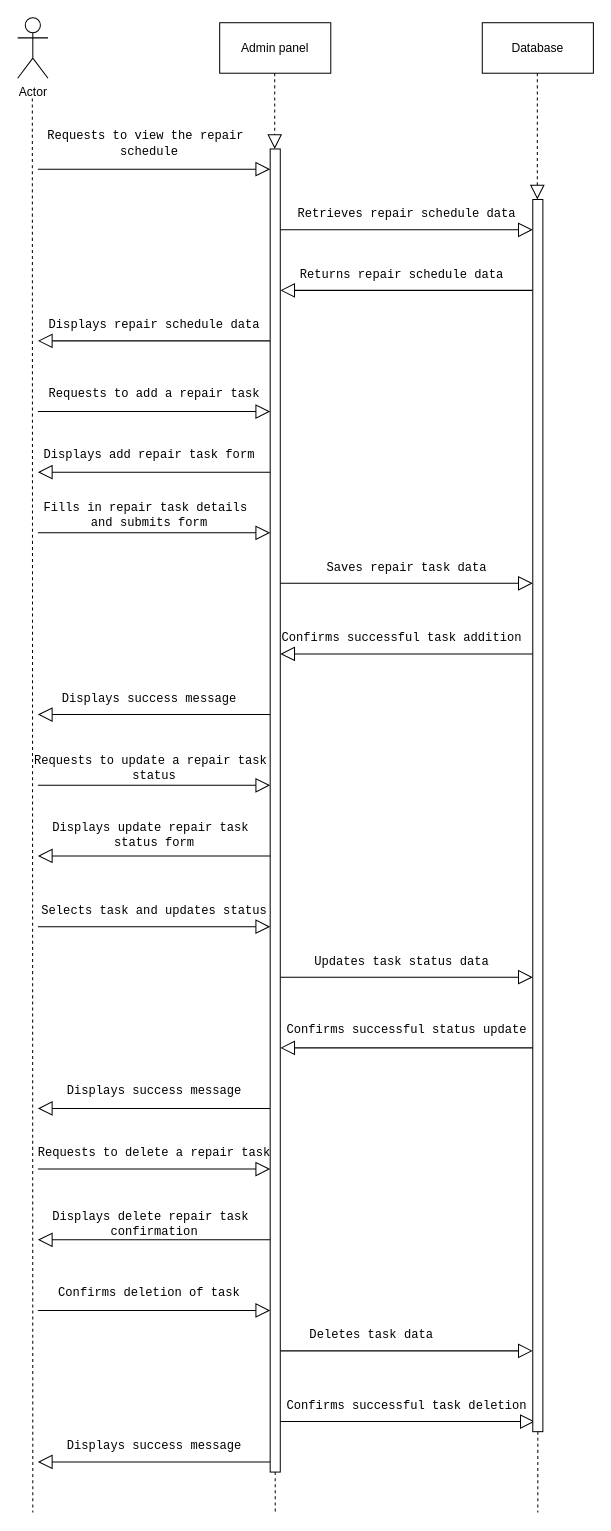
Before: repair Diagram.drawio in CodeSithum/sequencediagram, a draw.io diagram. Source tidied: cells renumbered, new cells numbered last; positions are measured from the earlier drawing's top-left corner, leaving out a move shared by most shapes. Both pictures are drawn from the tidied source at 101%, with x=0, y=0 at pixel (17, 17).
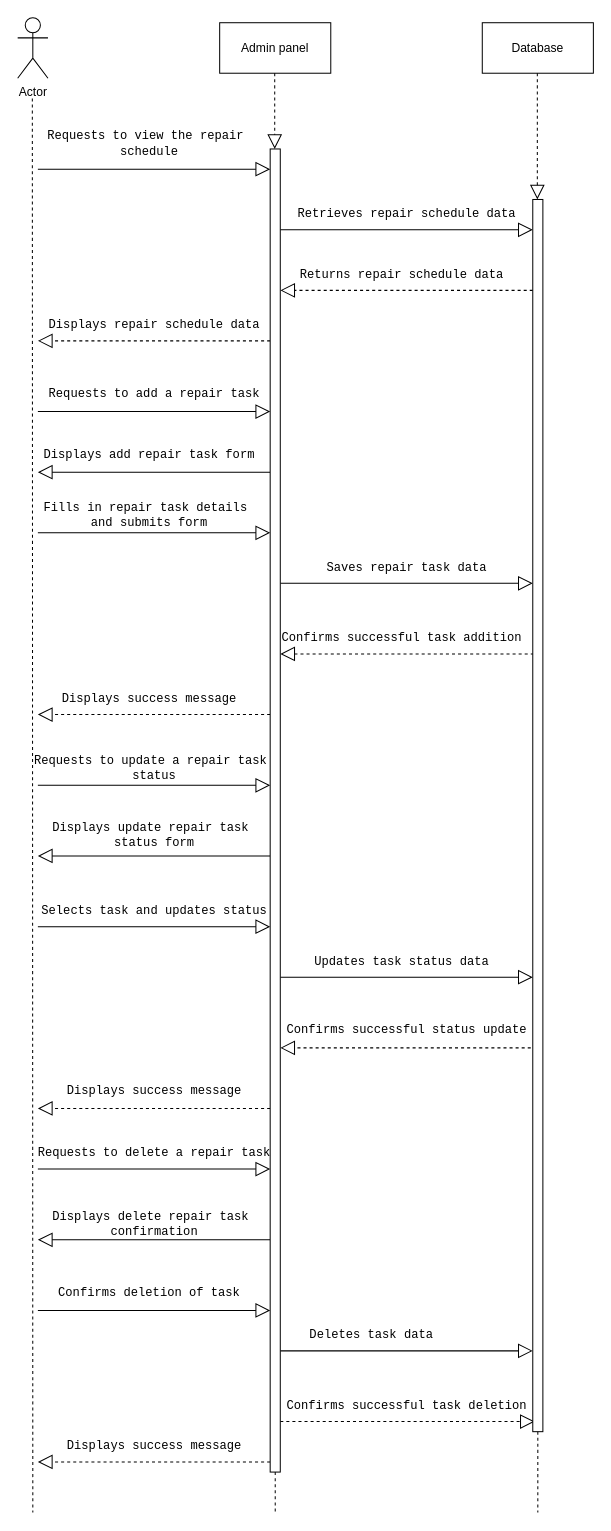
The same diagram, later.

Unchanged cells that the change refers to:
```xml
<mxCell id="16" value="&lt;pre&gt;&lt;code class=&quot;!whitespace-pre hljs language-makefile&quot;&gt;Confirms successful task addition&lt;/code&gt;&lt;/pre&gt;" style="text;html=1;align=center;verticalAlign=middle;points=[];strokeColor=none;fillColor=none;" parent="1" vertex="1">
  <mxGeometry x="255" y="590" width="250" height="50" as="geometry" />
</mxCell>
<mxCell id="22" value="&lt;pre&gt;&lt;code class=&quot;!whitespace-pre hljs language-makefile&quot;&gt;Confirms successful status update&lt;/code&gt;&lt;/pre&gt;" style="text;html=1;align=center;verticalAlign=middle;points=[];strokeColor=none;fillColor=none;" parent="1" vertex="1">
  <mxGeometry x="260" y="978" width="250" height="50" as="geometry" />
</mxCell>
<mxCell id="28" value="&lt;pre&gt;&lt;code class=&quot;!whitespace-pre hljs language-makefile&quot;&gt;Confirms successful task deletion&lt;/code&gt;&lt;/pre&gt;" style="text;html=1;align=center;verticalAlign=middle;points=[];strokeColor=none;fillColor=none;" parent="1" vertex="1">
  <mxGeometry x="260" y="1350" width="250" height="50" as="geometry" />
</mxCell>
```

What changed in the source:
```diff
@@
-    <mxCell id="32" style="endArrow=block;endFill=0;endSize=12;html=1;rounded=0;" parent="1" edge="1">
+    <mxCell id="32" style="endArrow=block;endFill=0;endSize=12;html=1;rounded=0;dashed=1;" parent="1" edge="1">
       <mxGeometry relative="1" as="geometry">
         <mxPoint x="510" y="270" as="sourcePoint" />
         <mxPoint x="260" y="270" as="targetPoint" />
       </mxGeometry>
     </mxCell>
-    <mxCell id="33" style="endArrow=block;endFill=0;endSize=12;html=1;rounded=0;" parent="1" edge="1">
+    <mxCell id="33" style="endArrow=block;endFill=0;endSize=12;html=1;rounded=0;dashed=1;" parent="1" edge="1">
       <mxGeometry relative="1" as="geometry">
         <mxPoint x="250" y="320" as="sourcePoint" />
         <mxPoint x="20" y="320" as="targetPoint" />
       </mxGeometry>
     </mxCell>
@@
-    <mxCell id="38" style="endArrow=block;endFill=0;endSize=12;html=1;rounded=0;entryX=1.024;entryY=0.8;entryDx=0;entryDy=0;entryPerimeter=0;exitX=1.024;exitY=0.8;exitDx=0;exitDy=0;exitPerimeter=0;" parent="1" edge="1" source="16">
+    <mxCell id="38" style="endArrow=block;endFill=0;endSize=12;html=1;rounded=0;entryX=1.024;entryY=0.8;entryDx=0;entryDy=0;entryPerimeter=0;exitX=1.024;exitY=0.8;exitDx=0;exitDy=0;exitPerimeter=0;dashed=1;" parent="1" edge="1" source="16">
       <mxGeometry relative="1" as="geometry">
         <mxPoint x="260" y="630" as="targetPoint" />
       </mxGeometry>
     </mxCell>
-    <mxCell id="39" style="endArrow=block;endFill=0;endSize=12;html=1;rounded=0;" parent="1" edge="1">
+    <mxCell id="39" style="endArrow=block;endFill=0;endSize=12;html=1;rounded=0;dashed=1;" parent="1" edge="1">
       <mxGeometry relative="1" as="geometry">
         <mxPoint x="250" y="690" as="sourcePoint" />
         <mxPoint x="20" y="690" as="targetPoint" />
       </mxGeometry>
     </mxCell>
@@
-    <mxCell id="44" style="endArrow=block;endFill=0;endSize=12;html=1;rounded=0;entryX=1.016;entryY=0.84;entryDx=0;entryDy=0;entryPerimeter=0;exitX=1.016;exitY=0.84;exitDx=0;exitDy=0;exitPerimeter=0;" parent="1" edge="1" source="22">
+    <mxCell id="44" style="endArrow=block;endFill=0;endSize=12;html=1;rounded=0;entryX=1.016;entryY=0.84;entryDx=0;entryDy=0;entryPerimeter=0;exitX=1.016;exitY=0.84;exitDx=0;exitDy=0;exitPerimeter=0;dashed=1;" parent="1" edge="1" source="22">
       <mxGeometry relative="1" as="geometry">
         <mxPoint x="260" y="1020" as="targetPoint" />
       </mxGeometry>
     </mxCell>
-    <mxCell id="45" style="endArrow=block;endFill=0;endSize=12;html=1;rounded=0;" parent="1" edge="1">
+    <mxCell id="45" style="endArrow=block;endFill=0;endSize=12;html=1;rounded=0;dashed=1;" parent="1" edge="1">
       <mxGeometry relative="1" as="geometry">
         <mxPoint x="250" y="1080" as="sourcePoint" />
         <mxPoint x="20" y="1080" as="targetPoint" />
       </mxGeometry>
     </mxCell>
@@
-    <mxCell id="50" style="endArrow=block;endFill=0;endSize=12;html=1;rounded=0;entryX=1.008;entryY=0.8;entryDx=0;entryDy=0;entryPerimeter=0;" parent="1" edge="1" target="28">
+    <mxCell id="50" style="endArrow=block;endFill=0;endSize=12;html=1;rounded=0;entryX=1.008;entryY=0.8;entryDx=0;entryDy=0;entryPerimeter=0;dashed=1;" parent="1" edge="1" target="28">
       <mxGeometry relative="1" as="geometry">
         <mxPoint x="260" y="1390" as="sourcePoint" />
       </mxGeometry>
     </mxCell>
-    <mxCell id="51" style="endArrow=block;endFill=0;endSize=12;html=1;rounded=0;" parent="1" edge="1">
+    <mxCell id="51" style="endArrow=block;endFill=0;endSize=12;html=1;rounded=0;dashed=1;" parent="1" edge="1">
       <mxGeometry relative="1" as="geometry">
         <mxPoint x="250" y="1430" as="sourcePoint" />
         <mxPoint x="20" y="1430" as="targetPoint" />
       </mxGeometry>
     </mxCell>
```
